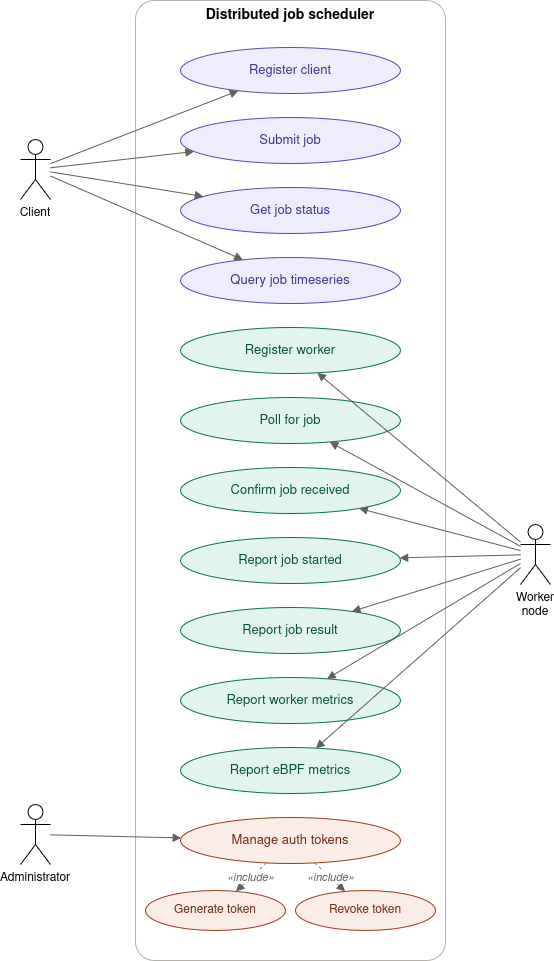
Above: report/figures/use-case.png in sandeshkhadka/distributed-job-scheduler (draw.io), before the change. Source tidied: cells renumbered, new cells last; positions are measured from the earlier drawing's top-left corner, leaving out a move shared by most shapes.
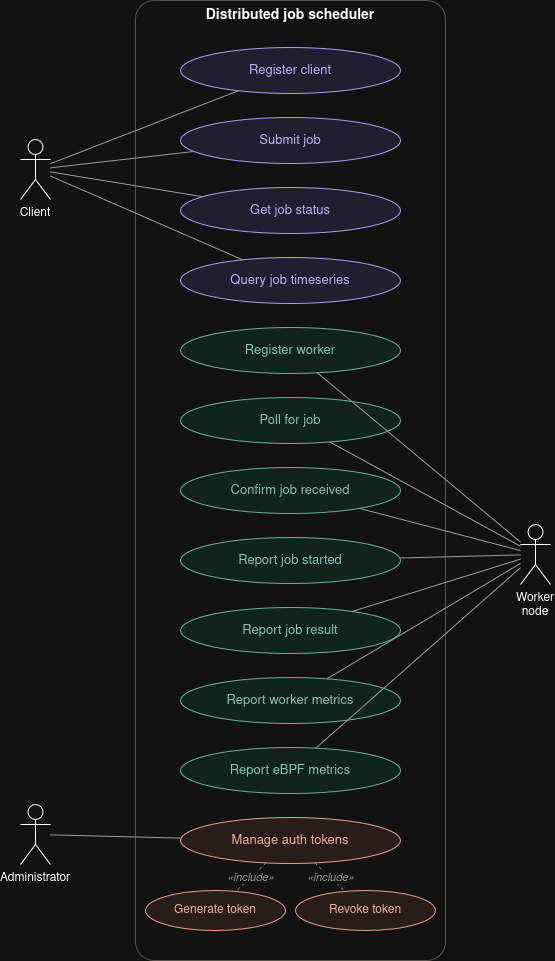
The same file after the commit.

The edit, as a diff of the source:
```diff
@@ -56,46 +56,46 @@
     <mxCell id="19" value="Administrator" style="shape=umlActor;whiteSpace=wrap;html=1;outlineConnect=0;fontSize=12;verticalLabelPosition=bottom;verticalAlign=top;" parent="1" vertex="1">
       <mxGeometry y="804" width="30" height="60" as="geometry" />
     </mxCell>
-    <mxCell id="20" style="edgeStyle=none;html=1;endArrow=block;endFill=1;strokeColor=#5F5E5A;" parent="1" edge="1" source="17" target="3">
+    <mxCell id="20" style="edgeStyle=none;html=1;endArrow=none;endFill=0;strokeColor=#5F5E5A;" parent="1" edge="1" source="17" target="3">
       <mxGeometry relative="1" as="geometry" />
     </mxCell>
-    <mxCell id="21" style="edgeStyle=none;html=1;endArrow=block;endFill=1;strokeColor=#5F5E5A;" parent="1" edge="1" source="17" target="4">
+    <mxCell id="21" style="edgeStyle=none;html=1;endArrow=none;endFill=0;strokeColor=#5F5E5A;" parent="1" edge="1" source="17" target="4">
       <mxGeometry relative="1" as="geometry" />
     </mxCell>
-    <mxCell id="22" style="edgeStyle=none;html=1;endArrow=block;endFill=1;strokeColor=#5F5E5A;" parent="1" edge="1" source="17" target="5">
+    <mxCell id="22" style="edgeStyle=none;html=1;endArrow=none;endFill=0;strokeColor=#5F5E5A;" parent="1" edge="1" source="17" target="5">
       <mxGeometry relative="1" as="geometry" />
     </mxCell>
-    <mxCell id="23" style="edgeStyle=none;html=1;endArrow=block;endFill=1;strokeColor=#5F5E5A;" parent="1" edge="1" source="17" target="6">
+    <mxCell id="23" style="edgeStyle=none;html=1;endArrow=none;endFill=0;strokeColor=#5F5E5A;" parent="1" edge="1" source="17" target="6">
       <mxGeometry relative="1" as="geometry" />
     </mxCell>
-    <mxCell id="24" style="edgeStyle=none;html=1;endArrow=block;endFill=1;strokeColor=#5F5E5A;" parent="1" edge="1" source="18" target="7">
+    <mxCell id="24" style="edgeStyle=none;html=1;endArrow=none;endFill=0;strokeColor=#5F5E5A;" parent="1" edge="1" source="18" target="7">
       <mxGeometry relative="1" as="geometry" />
     </mxCell>
-    <mxCell id="25" style="edgeStyle=none;html=1;endArrow=block;endFill=1;strokeColor=#5F5E5A;" parent="1" edge="1" source="18" target="8">
+    <mxCell id="25" style="edgeStyle=none;html=1;endArrow=none;endFill=0;strokeColor=#5F5E5A;" parent="1" edge="1" source="18" target="8">
       <mxGeometry relative="1" as="geometry" />
     </mxCell>
-    <mxCell id="26" style="edgeStyle=none;html=1;endArrow=block;endFill=1;strokeColor=#5F5E5A;" parent="1" edge="1" source="18" target="9">
+    <mxCell id="26" style="edgeStyle=none;html=1;endArrow=none;endFill=0;strokeColor=#5F5E5A;" parent="1" edge="1" source="18" target="9">
       <mxGeometry relative="1" as="geometry" />
     </mxCell>
-    <mxCell id="27" style="edgeStyle=none;html=1;endArrow=block;endFill=1;strokeColor=#5F5E5A;" parent="1" edge="1" source="18" target="10">
+    <mxCell id="27" style="edgeStyle=none;html=1;endArrow=none;endFill=0;strokeColor=#5F5E5A;" parent="1" edge="1" source="18" target="10">
       <mxGeometry relative="1" as="geometry" />
     </mxCell>
-    <mxCell id="28" style="edgeStyle=none;html=1;endArrow=block;endFill=1;strokeColor=#5F5E5A;" parent="1" edge="1" source="18" target="11">
+    <mxCell id="28" style="edgeStyle=none;html=1;endArrow=none;endFill=0;strokeColor=#5F5E5A;" parent="1" edge="1" source="18" target="11">
       <mxGeometry relative="1" as="geometry" />
     </mxCell>
-    <mxCell id="29" style="edgeStyle=none;html=1;endArrow=block;endFill=1;strokeColor=#5F5E5A;" parent="1" edge="1" source="18" target="12">
+    <mxCell id="29" style="edgeStyle=none;html=1;endArrow=none;endFill=0;strokeColor=#5F5E5A;" parent="1" edge="1" source="18" target="12">
       <mxGeometry relative="1" as="geometry" />
     </mxCell>
-    <mxCell id="30" style="edgeStyle=none;html=1;endArrow=block;endFill=1;strokeColor=#5F5E5A;" parent="1" edge="1" source="18" target="13">
+    <mxCell id="30" style="edgeStyle=none;html=1;endArrow=none;endFill=0;strokeColor=#5F5E5A;" parent="1" edge="1" source="18" target="13">
       <mxGeometry relative="1" as="geometry" />
     </mxCell>
-    <mxCell id="31" style="edgeStyle=none;html=1;endArrow=block;endFill=1;strokeColor=#5F5E5A;" parent="1" edge="1" source="19" target="14">
+    <mxCell id="31" style="edgeStyle=none;html=1;endArrow=none;endFill=0;strokeColor=#5F5E5A;" parent="1" edge="1" source="19" target="14">
       <mxGeometry relative="1" as="geometry" />
     </mxCell>
-    <mxCell id="32" value="«include»" style="edgeStyle=none;html=1;dashed=1;endArrow=block;endFill=1;strokeColor=#5F5E5A;fontColor=#5F5E5A;fontSize=11;fontStyle=2;" parent="1" edge="1" source="14" target="15">
+    <mxCell id="32" value="«include»" style="edgeStyle=none;html=1;dashed=1;endArrow=none;endFill=0;strokeColor=#5F5E5A;fontColor=#5F5E5A;fontSize=11;fontStyle=2;" parent="1" edge="1" source="14" target="15">
       <mxGeometry relative="1" as="geometry" />
     </mxCell>
-    <mxCell id="33" value="«include»" style="edgeStyle=none;html=1;dashed=1;endArrow=block;endFill=1;strokeColor=#5F5E5A;fontColor=#5F5E5A;fontSize=11;fontStyle=2;" parent="1" edge="1" source="14" target="16">
+    <mxCell id="33" value="«include»" style="edgeStyle=none;html=1;dashed=1;endArrow=none;endFill=0;strokeColor=#5F5E5A;fontColor=#5F5E5A;fontSize=11;fontStyle=2;" parent="1" edge="1" source="14" target="16">
       <mxGeometry relative="1" as="geometry" />
     </mxCell>
   </root>
```
